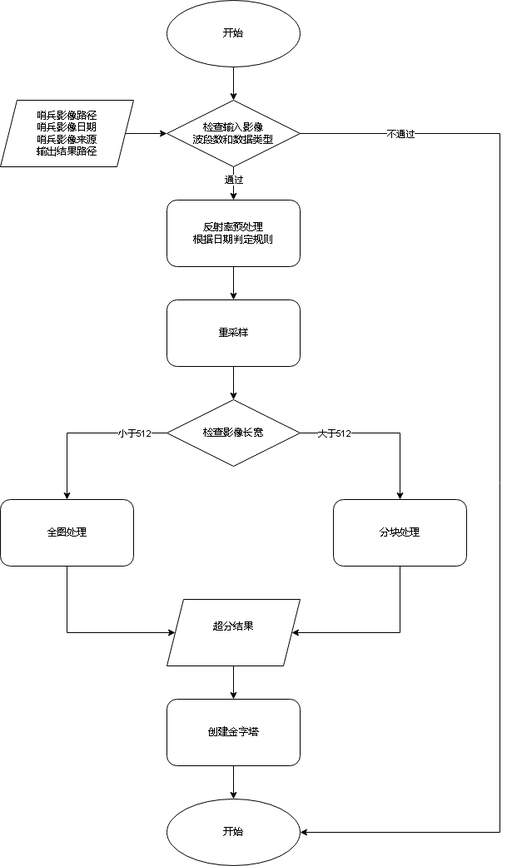
This is sfarm/专业版节点计算流程.drawio.png from bayberryan/diagrams, a draw.io export, as it was before one commit. Source tidied: cells renumbered, new cells last; positions are measured from the earlier drawing's top-left corner, leaving out a move shared by most shapes.
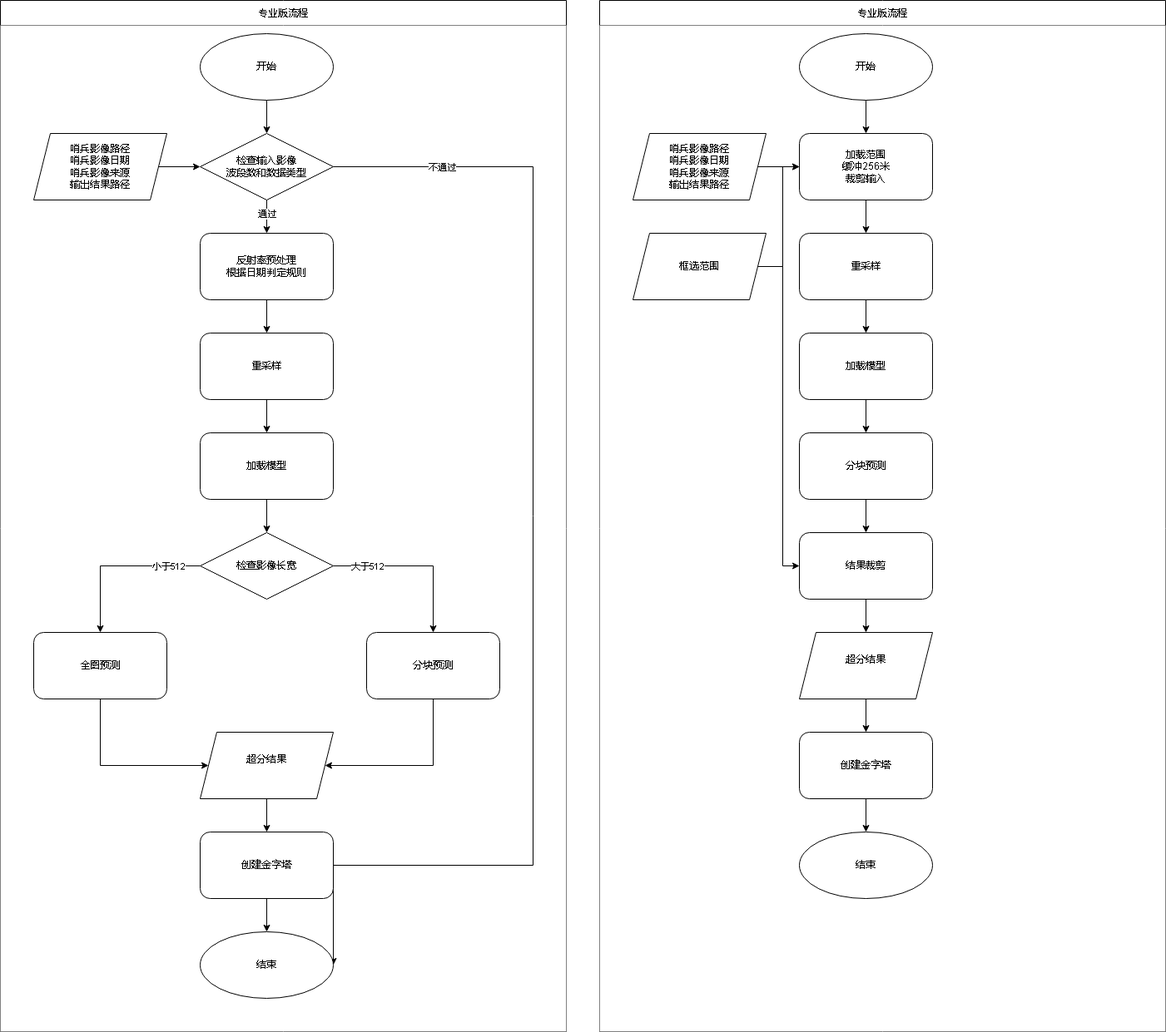
After the commit.

Commit message:
更新专业版节点计算流程.drawio.png

What changed in the source:
```diff
@@ -2,11 +2,29 @@
   <root>
     <mxCell id="0" />
     <mxCell id="1" parent="0" />
+    <mxCell id="29" value="专业版流程" style="shape=table;startSize=30;fillColor=#FFFFFF;" parent="1" vertex="1">
+      <mxGeometry x="680" y="-160" width="680" height="1240" as="geometry" />
+    </mxCell>
+    <mxCell id="30" style="shape=tableRow;horizontal=0;startSize=0;swimlaneHead=0;swimlaneBody=0;strokeColor=inherit;top=0;left=0;bottom=0;right=0;fillColor=none;" parent="29" vertex="1">
+      <mxGeometry y="30" width="680" height="1210" as="geometry" />
+    </mxCell>
+    <mxCell id="31" style="shape=partialRectangle;html=1;whiteSpace=wrap;strokeColor=inherit;overflow=hidden;fillColor=#FFFFFF;top=0;left=0;bottom=0;right=0;" parent="30" vertex="1">
+      <mxGeometry width="680" height="1210" as="geometry" />
+    </mxCell>
+    <mxCell id="32" value="专业版流程" style="shape=table;startSize=30;fillColor=#FFFFFF;" parent="1" vertex="1">
+      <mxGeometry x="-40" y="-160" width="680" height="1240" as="geometry" />
+    </mxCell>
+    <mxCell id="33" style="shape=tableRow;horizontal=0;startSize=0;swimlaneHead=0;swimlaneBody=0;strokeColor=inherit;top=0;left=0;bottom=0;right=0;fillColor=none;" parent="32" vertex="1">
+      <mxGeometry y="30" width="680" height="1210" as="geometry" />
+    </mxCell>
+    <mxCell id="34" style="shape=partialRectangle;html=1;whiteSpace=wrap;strokeColor=inherit;overflow=hidden;fillColor=#FFFFFF;top=0;left=0;bottom=0;right=0;" parent="33" vertex="1">
+      <mxGeometry width="680" height="1210" as="geometry" />
+    </mxCell>
     <mxCell id="2" style="edgeStyle=orthogonalEdgeStyle;rounded=0;jettySize=auto;html=1;entryX=0.5;entryY=0;entryDx=0;entryDy=0;" parent="1" edge="1" source="3" target="8">
       <mxGeometry relative="1" as="geometry" />
     </mxCell>
     <mxCell id="3" value="开始" style="ellipse;whiteSpace=wrap;html=1;" parent="1" vertex="1">
-      <mxGeometry x="200" width="160" height="80" as="geometry" />
+      <mxGeometry x="200" y="-120" width="160" height="80" as="geometry" />
     </mxCell>
     <mxCell id="4" style="edgeStyle=orthogonalEdgeStyle;rounded=0;jettySize=auto;html=1;entryX=0.5;entryY=0;entryDx=0;entryDy=0;" parent="1" edge="1" source="8" target="19">
       <mxGeometry relative="1" as="geometry" />
@@ -17,8 +35,8 @@
     <mxCell id="6" style="edgeStyle=orthogonalEdgeStyle;rounded=0;jettySize=auto;html=1;entryX=1;entryY=0.5;entryDx=0;entryDy=0;" parent="1" edge="1" source="8" target="28">
       <mxGeometry relative="1" as="geometry">
         <Array as="points">
-          <mxPoint x="600" y="160" />
-          <mxPoint x="600" y="1000" />
+          <mxPoint x="600" y="40" />
+          <mxPoint x="600" y="880" />
         </Array>
       </mxGeometry>
     </mxCell>
@@ -28,7 +46,7 @@
       </mxGeometry>
     </mxCell>
     <mxCell id="8" value="检查输入影像&lt;div&gt;波段数和数据类型&lt;/div&gt;" style="rhombus;whiteSpace=wrap;html=1;" parent="1" vertex="1">
-      <mxGeometry x="200" y="120" width="160" height="80" as="geometry" />
+      <mxGeometry x="200" width="160" height="80" as="geometry" />
     </mxCell>
     <mxCell id="9" style="edgeStyle=orthogonalEdgeStyle;rounded=0;jettySize=auto;html=1;exitX=0;exitY=0.5;exitDx=0;exitDy=0;" parent="1" edge="1" source="13" target="15">
       <mxGeometry relative="1" as="geometry" />
@@ -56,7 +74,7 @@
         </Array>
       </mxGeometry>
     </mxCell>
-    <mxCell id="15" value="全图处理" style="rounded=1;whiteSpace=wrap;html=1;" parent="1" vertex="1">
+    <mxCell id="15" value="全图预测" style="rounded=1;whiteSpace=wrap;html=1;" parent="1" vertex="1">
       <mxGeometry y="600" width="160" height="80" as="geometry" />
     </mxCell>
     <mxCell id="16" style="edgeStyle=orthogonalEdgeStyle;rounded=0;jettySize=auto;html=1;entryX=1;entryY=0.5;entryDx=0;entryDy=0;exitX=0.5;exitY=1;exitDx=0;exitDy=0;" parent="1" edge="1" source="17" target="25">
@@ -66,26 +84,26 @@
         </Array>
       </mxGeometry>
     </mxCell>
-    <mxCell id="17" value="分块处理" style="rounded=1;whiteSpace=wrap;html=1;" parent="1" vertex="1">
+    <mxCell id="17" value="分块预测" style="rounded=1;whiteSpace=wrap;html=1;" parent="1" vertex="1">
       <mxGeometry x="400" y="600" width="160" height="80" as="geometry" />
     </mxCell>
     <mxCell id="18" style="edgeStyle=orthogonalEdgeStyle;rounded=0;jettySize=auto;html=1;entryX=0.5;entryY=0;entryDx=0;entryDy=0;" parent="1" edge="1" source="19" target="21">
       <mxGeometry relative="1" as="geometry" />
     </mxCell>
     <mxCell id="19" value="反射率预处理&lt;div&gt;根据日期判定规则&lt;/div&gt;" style="rounded=1;whiteSpace=wrap;html=1;" parent="1" vertex="1">
-      <mxGeometry x="200" y="240" width="160" height="80" as="geometry" />
+      <mxGeometry x="200" y="120" width="160" height="80" as="geometry" />
     </mxCell>
-    <mxCell id="20" style="edgeStyle=orthogonalEdgeStyle;rounded=0;jettySize=auto;html=1;entryX=0.5;entryY=0;entryDx=0;entryDy=0;" parent="1" edge="1" source="21" target="13">
-      <mxGeometry relative="1" as="geometry" />
-    </mxCell>
+    <mxCell id="35" style="edgeStyle=orthogonalEdgeStyle;rounded=0;jettySize=auto;html=1;entryX=0.5;entryY=0;entryDx=0;entryDy=0;" parent="1" edge="1" source="21" target="43">
+      <mxGeometry relative="1" as="geometry" />
+    </mxCell>
     <mxCell id="21" value="重采样" style="rounded=1;whiteSpace=wrap;html=1;" parent="1" vertex="1">
-      <mxGeometry x="200" y="360" width="160" height="80" as="geometry" />
+      <mxGeometry x="200" y="240" width="160" height="80" as="geometry" />
     </mxCell>
     <mxCell id="22" style="edgeStyle=orthogonalEdgeStyle;rounded=0;jettySize=auto;html=1;entryX=0;entryY=0.5;entryDx=0;entryDy=0;" parent="1" edge="1" source="23" target="8">
       <mxGeometry relative="1" as="geometry" />
     </mxCell>
     <mxCell id="23" value="&lt;div style=&quot;text-align: left;&quot;&gt;&lt;br&gt;&lt;/div&gt;&lt;div style=&quot;text-align: left;&quot;&gt;&lt;span style=&quot;background-color: initial;&quot;&gt;哨兵影像路径&lt;/span&gt;&lt;/div&gt;&lt;div style=&quot;text-align: left;&quot;&gt;&lt;span style=&quot;background-color: initial;&quot;&gt;哨兵影像日期&lt;/span&gt;&lt;/div&gt;&lt;div style=&quot;text-align: left;&quot;&gt;&lt;span style=&quot;background-color: initial;&quot;&gt;哨兵影像来源&lt;/span&gt;&lt;/div&gt;&lt;div style=&quot;text-align: left;&quot;&gt;&lt;span style=&quot;background-color: initial;&quot;&gt;输出结果路径&lt;/span&gt;&lt;/div&gt;&lt;div&gt;&lt;br&gt;&lt;/div&gt;" style="shape=parallelogram;perimeter=parallelogramPerimeter;whiteSpace=wrap;html=1;fixedSize=1;" parent="1" vertex="1">
-      <mxGeometry y="120" width="160" height="80" as="geometry" />
+      <mxGeometry width="160" height="80" as="geometry" />
     </mxCell>
     <mxCell id="24" style="edgeStyle=orthogonalEdgeStyle;rounded=0;jettySize=auto;html=1;entryX=0.5;entryY=0;entryDx=0;entryDy=0;" parent="1" edge="1" source="25" target="27">
       <mxGeometry relative="1" as="geometry" />
@@ -99,8 +117,80 @@
     <mxCell id="27" value="创建金字塔" style="rounded=1;whiteSpace=wrap;html=1;" parent="1" vertex="1">
       <mxGeometry x="200" y="840" width="160" height="80" as="geometry" />
     </mxCell>
-    <mxCell id="28" value="开始" style="ellipse;whiteSpace=wrap;html=1;" parent="1" vertex="1">
+    <mxCell id="28" value="结束" style="ellipse;whiteSpace=wrap;html=1;" parent="1" vertex="1">
       <mxGeometry x="200" y="960" width="160" height="80" as="geometry" />
     </mxCell>
+    <mxCell id="36" style="edgeStyle=orthogonalEdgeStyle;rounded=0;jettySize=auto;html=1;entryX=0.5;entryY=0;entryDx=0;entryDy=0;" parent="1" edge="1" source="37" target="41">
+      <mxGeometry relative="1" as="geometry" />
+    </mxCell>
+    <mxCell id="37" value="开始" style="ellipse;whiteSpace=wrap;html=1;" parent="1" vertex="1">
+      <mxGeometry x="920" y="-120" width="160" height="80" as="geometry" />
+    </mxCell>
+    <mxCell id="38" style="edgeStyle=orthogonalEdgeStyle;rounded=0;jettySize=auto;html=1;entryX=0;entryY=0.5;entryDx=0;entryDy=0;" parent="1" edge="1" source="39" target="41">
+      <mxGeometry relative="1" as="geometry" />
+    </mxCell>
+    <mxCell id="39" value="&lt;div style=&quot;text-align: left;&quot;&gt;&lt;br&gt;&lt;/div&gt;&lt;div style=&quot;text-align: left;&quot;&gt;&lt;span style=&quot;background-color: initial;&quot;&gt;哨兵影像路径&lt;/span&gt;&lt;/div&gt;&lt;div style=&quot;text-align: left;&quot;&gt;&lt;span style=&quot;background-color: initial;&quot;&gt;哨兵影像日期&lt;/span&gt;&lt;/div&gt;&lt;div style=&quot;text-align: left;&quot;&gt;&lt;span style=&quot;background-color: initial;&quot;&gt;哨兵影像来源&lt;/span&gt;&lt;/div&gt;&lt;div style=&quot;text-align: left;&quot;&gt;&lt;span style=&quot;background-color: initial;&quot;&gt;输出结果路径&lt;/span&gt;&lt;/div&gt;&lt;div&gt;&lt;br&gt;&lt;/div&gt;" style="shape=parallelogram;perimeter=parallelogramPerimeter;whiteSpace=wrap;html=1;fixedSize=1;" parent="1" vertex="1">
+      <mxGeometry x="720" width="160" height="80" as="geometry" />
+    </mxCell>
+    <mxCell id="40" style="edgeStyle=orthogonalEdgeStyle;rounded=0;jettySize=auto;html=1;entryX=0.5;entryY=0;entryDx=0;entryDy=0;" parent="1" edge="1" source="41" target="47">
+      <mxGeometry relative="1" as="geometry" />
+    </mxCell>
+    <mxCell id="41" value="加载范围&lt;div&gt;缓冲256米&lt;br&gt;&lt;div&gt;裁剪输入&lt;/div&gt;&lt;/div&gt;" style="rounded=1;whiteSpace=wrap;html=1;" parent="1" vertex="1">
+      <mxGeometry x="920" width="160" height="80" as="geometry" />
+    </mxCell>
+    <mxCell id="42" style="edgeStyle=orthogonalEdgeStyle;rounded=0;jettySize=auto;html=1;entryX=0.5;entryY=0;entryDx=0;entryDy=0;" parent="1" edge="1" source="43" target="13">
+      <mxGeometry relative="1" as="geometry" />
+    </mxCell>
+    <mxCell id="43" value="加载模型" style="rounded=1;whiteSpace=wrap;html=1;" parent="1" vertex="1">
+      <mxGeometry x="200" y="360" width="160" height="80" as="geometry" />
+    </mxCell>
+    <mxCell id="44" style="edgeStyle=orthogonalEdgeStyle;rounded=0;jettySize=auto;html=1;entryX=0.5;entryY=0;entryDx=0;entryDy=0;" parent="1" edge="1" source="45" target="49">
+      <mxGeometry relative="1" as="geometry" />
+    </mxCell>
+    <mxCell id="45" value="加载模型" style="rounded=1;whiteSpace=wrap;html=1;" parent="1" vertex="1">
+      <mxGeometry x="920" y="240" width="160" height="80" as="geometry" />
+    </mxCell>
+    <mxCell id="46" style="edgeStyle=orthogonalEdgeStyle;rounded=0;jettySize=auto;html=1;entryX=0.5;entryY=0;entryDx=0;entryDy=0;" parent="1" edge="1" source="47" target="45">
+      <mxGeometry relative="1" as="geometry" />
+    </mxCell>
+    <mxCell id="47" value="重采样" style="rounded=1;whiteSpace=wrap;html=1;" parent="1" vertex="1">
+      <mxGeometry x="920" y="120" width="160" height="80" as="geometry" />
+    </mxCell>
+    <mxCell id="48" style="edgeStyle=orthogonalEdgeStyle;rounded=0;jettySize=auto;html=1;entryX=0.5;entryY=0;entryDx=0;entryDy=0;" parent="1" edge="1" source="49" target="57">
+      <mxGeometry relative="1" as="geometry" />
+    </mxCell>
+    <mxCell id="49" value="分块预测" style="rounded=1;whiteSpace=wrap;html=1;" parent="1" vertex="1">
+      <mxGeometry x="920" y="360" width="160" height="80" as="geometry" />
+    </mxCell>
+    <mxCell id="50" style="edgeStyle=orthogonalEdgeStyle;rounded=0;jettySize=auto;html=1;entryX=0.5;entryY=0;entryDx=0;entryDy=0;" parent="1" edge="1" source="51" target="52">
+      <mxGeometry relative="1" as="geometry" />
+    </mxCell>
+    <mxCell id="51" value="创建金字塔" style="rounded=1;whiteSpace=wrap;html=1;" parent="1" vertex="1">
+      <mxGeometry x="920" y="720" width="160" height="80" as="geometry" />
+    </mxCell>
+    <mxCell id="52" value="结束" style="ellipse;whiteSpace=wrap;html=1;" parent="1" vertex="1">
+      <mxGeometry x="920" y="840" width="160" height="80" as="geometry" />
+    </mxCell>
+    <mxCell id="53" style="edgeStyle=orthogonalEdgeStyle;rounded=0;jettySize=auto;html=1;entryX=0;entryY=0.5;entryDx=0;entryDy=0;" parent="1" edge="1" source="55" target="41">
+      <mxGeometry relative="1" as="geometry" />
+    </mxCell>
+    <mxCell id="54" style="edgeStyle=orthogonalEdgeStyle;rounded=0;jettySize=auto;html=1;entryX=0;entryY=0.5;entryDx=0;entryDy=0;" parent="1" edge="1" source="55" target="57">
+      <mxGeometry relative="1" as="geometry" />
+    </mxCell>
+    <mxCell id="55" value="&lt;div style=&quot;text-align: left;&quot;&gt;框选范围&lt;/div&gt;" style="shape=parallelogram;perimeter=parallelogramPerimeter;whiteSpace=wrap;html=1;fixedSize=1;" parent="1" vertex="1">
+      <mxGeometry x="720" y="120" width="160" height="80" as="geometry" />
+    </mxCell>
+    <mxCell id="56" style="edgeStyle=orthogonalEdgeStyle;rounded=0;jettySize=auto;html=1;entryX=0.5;entryY=0;entryDx=0;entryDy=0;" parent="1" edge="1" source="57" target="59">
+      <mxGeometry relative="1" as="geometry" />
+    </mxCell>
+    <mxCell id="57" value="结果裁剪" style="rounded=1;whiteSpace=wrap;html=1;" parent="1" vertex="1">
+      <mxGeometry x="920" y="480" width="160" height="80" as="geometry" />
+    </mxCell>
+    <mxCell id="58" style="edgeStyle=orthogonalEdgeStyle;rounded=0;jettySize=auto;html=1;entryX=0.5;entryY=0;entryDx=0;entryDy=0;" parent="1" edge="1" source="59" target="51">
+      <mxGeometry relative="1" as="geometry" />
+    </mxCell>
+    <mxCell id="59" value="&lt;div style=&quot;text-align: left;&quot;&gt;超分结果&lt;/div&gt;&lt;div&gt;&lt;br&gt;&lt;/div&gt;" style="shape=parallelogram;perimeter=parallelogramPerimeter;whiteSpace=wrap;html=1;fixedSize=1;" parent="1" vertex="1">
+      <mxGeometry x="920" y="600" width="160" height="80" as="geometry" />
+    </mxCell>
   </root>
 </mxGraphModel>
```
